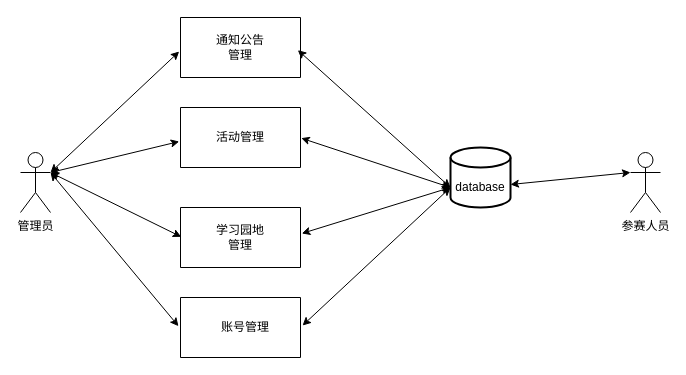
zandaZY/zanda-001 keeps this draw.io diagram as 未命名绘图.drawio. Above is the earlier version. Source tidied: cells renumbered, new cells numbered last; positions are measured from the earlier drawing's top-left corner, leaving out a move shared by most shapes. Both pictures are drawn from the tidied source at 100%, with x=0, y=0 at pixel (20, 17).
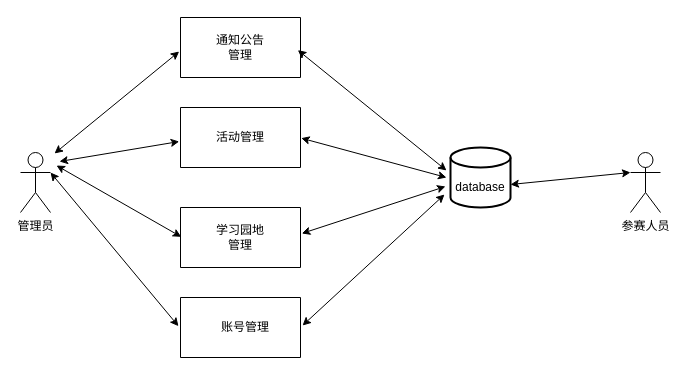
After the change.

Unchanged cells that the change refers to:
```xml
<mxCell id="2" value="管理员" style="shape=umlActor;verticalLabelPosition=bottom;verticalAlign=top;html=1;" parent="1" vertex="1">
  <mxGeometry y="135" width="30" height="60" as="geometry" />
</mxCell>
<mxCell id="4" style="verticalLabelPosition=bottom;verticalAlign=top;html=1;shape=mxgraph.basic.rect;fillColor2=none;strokeWidth=1;size=20;indent=5;" parent="1" vertex="1">
  <mxGeometry x="160" width="120" height="60" as="geometry" />
</mxCell>
<mxCell id="7" value="database" style="text;html=1;align=center;verticalAlign=middle;whiteSpace=wrap;rounded=0;" parent="1" vertex="1">
  <mxGeometry x="430" y="155" width="60" height="30" as="geometry" />
</mxCell>
<mxCell id="8" style="verticalLabelPosition=bottom;verticalAlign=top;html=1;shape=mxgraph.basic.rect;fillColor2=none;strokeWidth=1;size=20;indent=5;" parent="1" vertex="1">
  <mxGeometry x="160" y="90" width="120" height="60" as="geometry" />
</mxCell>
<mxCell id="10" style="verticalLabelPosition=bottom;verticalAlign=top;html=1;shape=mxgraph.basic.rect;fillColor2=none;strokeWidth=1;size=20;indent=5;" parent="1" vertex="1">
  <mxGeometry x="160" y="190" width="120" height="60" as="geometry" />
</mxCell>
<mxCell id="12" style="verticalLabelPosition=bottom;verticalAlign=top;html=1;shape=mxgraph.basic.rect;fillColor2=none;strokeWidth=1;size=20;indent=5;" parent="1" vertex="1">
  <mxGeometry x="160" y="280" width="120" height="60" as="geometry" />
</mxCell>
```

What changed in the source:
```diff
@@
-    <mxCell id="14" style="endArrow=classic;startArrow=classic;html=1;rounded=0;exitX=1;exitY=0.3333333333333333;exitDx=0;exitDy=0;exitPerimeter=0;entryX=-0.011;entryY=0.567;entryDx=0;entryDy=0;entryPerimeter=0;" parent="1" edge="1" source="2" target="4">
-      <mxGeometry relative="1" as="geometry" />
+    <mxCell id="14" style="endArrow=classic;startArrow=classic;html=1;rounded=0;entryX=-0.011;entryY=0.567;entryDx=0;entryDy=0;entryPerimeter=0;" parent="1" edge="1" target="4">
+      <mxGeometry relative="1" as="geometry">
+        <mxPoint x="34" y="136" as="sourcePoint" />
+      </mxGeometry>
     </mxCell>
-    <mxCell id="15" style="endArrow=classic;startArrow=classic;html=1;rounded=0;exitX=1;exitY=0.3333333333333333;exitDx=0;exitDy=0;exitPerimeter=0;entryX=-0.011;entryY=0.567;entryDx=0;entryDy=0;entryPerimeter=0;" parent="1" edge="1" source="2" target="8">
-      <mxGeometry relative="1" as="geometry" />
+    <mxCell id="15" style="endArrow=classic;startArrow=classic;html=1;rounded=0;entryX=-0.011;entryY=0.567;entryDx=0;entryDy=0;entryPerimeter=0;" parent="1" edge="1" target="8">
+      <mxGeometry relative="1" as="geometry">
+        <mxPoint x="39" y="144" as="sourcePoint" />
+      </mxGeometry>
     </mxCell>
@@
-    <mxCell id="17" style="endArrow=classic;startArrow=classic;html=1;rounded=0;exitX=1;exitY=0.3333333333333333;exitDx=0;exitDy=0;exitPerimeter=0;entryX=0.006;entryY=0.489;entryDx=0;entryDy=0;entryPerimeter=0;" parent="1" edge="1" source="2" target="10">
-      <mxGeometry relative="1" as="geometry" />
+    <mxCell id="17" style="endArrow=classic;startArrow=classic;html=1;rounded=0;entryX=0.006;entryY=0.489;entryDx=0;entryDy=0;entryPerimeter=0;" parent="1" edge="1" target="10">
+      <mxGeometry relative="1" as="geometry">
+        <mxPoint x="36" y="148" as="sourcePoint" />
+      </mxGeometry>
     </mxCell>
@@
-    <mxCell id="19" style="endArrow=classic;startArrow=classic;html=1;rounded=0;exitX=1.006;exitY=0.511;exitDx=0;exitDy=0;entryX=0;entryY=0.5;entryDx=0;entryDy=0;exitPerimeter=0;" parent="1" edge="1" source="8" target="7">
-      <mxGeometry relative="1" as="geometry" />
+    <mxCell id="19" style="endArrow=classic;startArrow=classic;html=1;rounded=0;exitX=1.006;exitY=0.511;exitDx=0;exitDy=0;exitPerimeter=0;" parent="1" edge="1" source="8">
+      <mxGeometry relative="1" as="geometry">
+        <mxPoint x="426" y="160" as="targetPoint" />
+      </mxGeometry>
     </mxCell>
-    <mxCell id="20" style="endArrow=classic;startArrow=classic;html=1;rounded=0;exitX=1.011;exitY=0.433;exitDx=0;exitDy=0;entryX=0;entryY=0.5;entryDx=0;entryDy=0;exitPerimeter=0;" parent="1" edge="1" source="10" target="7">
-      <mxGeometry relative="1" as="geometry" />
+    <mxCell id="20" style="endArrow=classic;startArrow=classic;html=1;rounded=0;exitX=1.011;exitY=0.433;exitDx=0;exitDy=0;exitPerimeter=0;" parent="1" edge="1" source="10">
+      <mxGeometry relative="1" as="geometry">
+        <mxPoint x="425" y="169" as="targetPoint" />
+      </mxGeometry>
     </mxCell>
-    <mxCell id="21" style="endArrow=classic;startArrow=classic;html=1;rounded=0;exitX=1.017;exitY=0.467;exitDx=0;exitDy=0;exitPerimeter=0;entryX=0;entryY=0.5;entryDx=0;entryDy=0;" parent="1" edge="1" source="12" target="7">
-      <mxGeometry relative="1" as="geometry" />
+    <mxCell id="21" style="endArrow=classic;startArrow=classic;html=1;rounded=0;exitX=1.017;exitY=0.467;exitDx=0;exitDy=0;exitPerimeter=0;" parent="1" edge="1" source="12">
+      <mxGeometry relative="1" as="geometry">
+        <mxPoint x="424" y="177" as="targetPoint" />
+      </mxGeometry>
     </mxCell>
-    <mxCell id="22" style="endArrow=classic;startArrow=classic;html=1;rounded=0;entryX=0;entryY=0.5;entryDx=0;entryDy=0;exitX=0.978;exitY=0.544;exitDx=0;exitDy=0;exitPerimeter=0;" parent="1" edge="1" source="4" target="7">
-      <mxGeometry relative="1" as="geometry" />
+    <mxCell id="22" style="endArrow=classic;startArrow=classic;html=1;rounded=0;exitX=0.978;exitY=0.544;exitDx=0;exitDy=0;exitPerimeter=0;" parent="1" edge="1" source="4">
+      <mxGeometry relative="1" as="geometry">
+        <mxPoint x="426" y="153" as="targetPoint" />
+      </mxGeometry>
     </mxCell>
```
